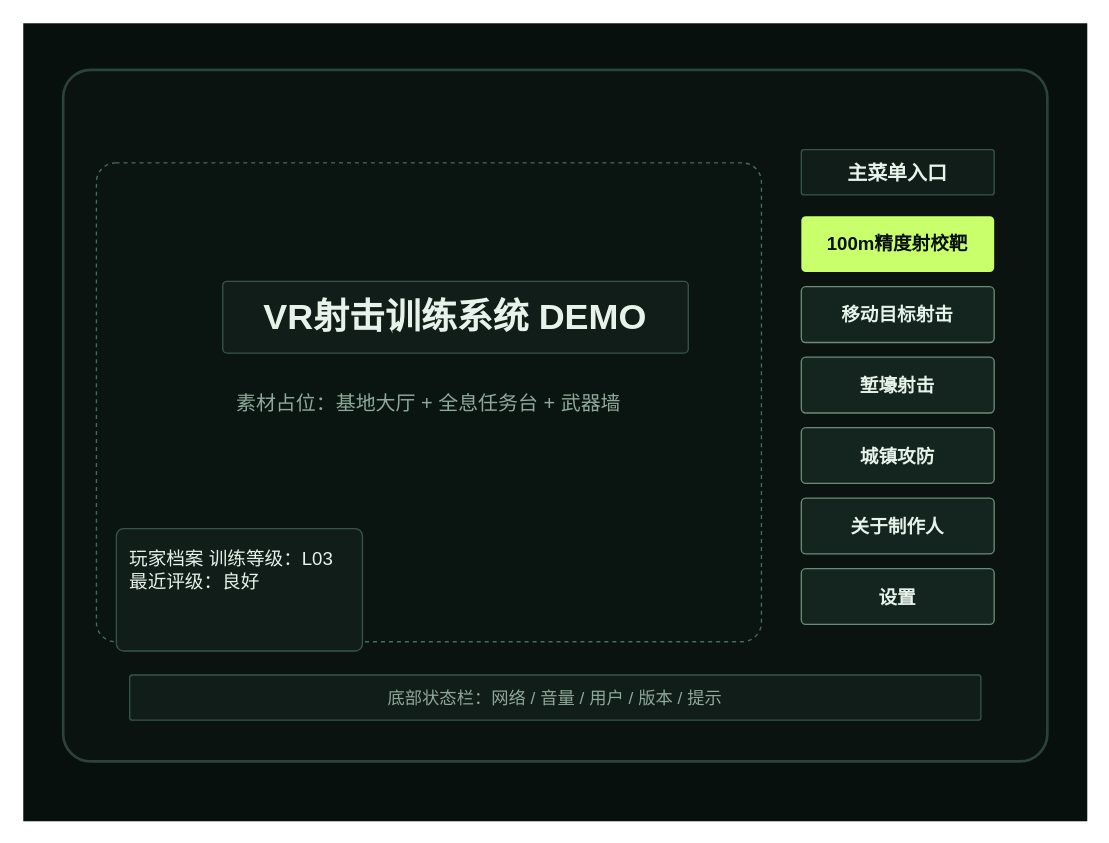
Above: page "02 游戏主界面" (2 of 23) of UI/Sample/vr-shooting-ui-reference-wireframes.drawio in 96shui/SimulatedShooting (draw.io), before the change. Source tidied: cells renumbered, new cells numbered last; positions are measured from the earlier drawing's top-left corner, leaving out a move shared by most shapes. Both pictures are drawn from the tidied source at 133%, with x=0, y=0 at pixel (23, 23).
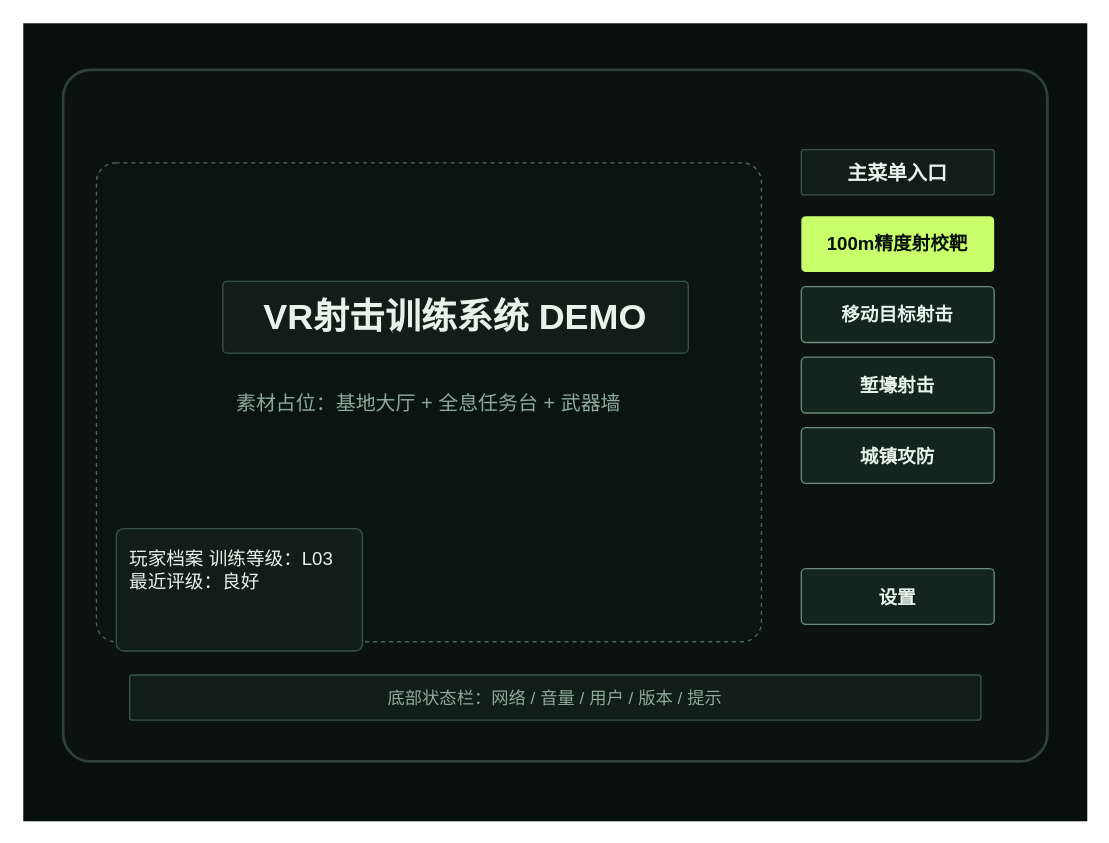
The same page after the edit.

The edit, as a diff of the source:
```diff
@@
 <mxGraphModel>
   <root>
     <mxCell id="0" />
     <mxCell id="1" parent="0" />
     <mxCell id="2" style="rounded=0;fillColor=#07100d;strokeColor=none;" parent="1" vertex="1">
       <mxGeometry width="800" height="600" as="geometry" />
     </mxCell>
     <mxCell id="3" style="rounded=1;arcSize=4;fillColor=#0b1310;strokeColor=#2d4238;strokeWidth=2;" parent="1" vertex="1">
       <mxGeometry x="30" y="35" width="740" height="520" as="geometry" />
     </mxCell>
     <mxCell id="4" value="素材占位：基地大厅 + 全息任务台 + 武器墙" style="rounded=1;dashed=1;arcSize=4;fillColor=#0a1512;strokeColor=#496b5a;fontColor=#8fa99b;fontSize=15;align=center;verticalAlign=middle;whiteSpace=wrap;html=1;" parent="1" vertex="1">
       <mxGeometry x="55" y="105" width="500" height="360" as="geometry" />
     </mxCell>
     <mxCell id="5" value="VR射击训练系统 DEMO" style="rounded=1;arcSize=6;whiteSpace=wrap;html=1;fillColor=#111d18;strokeColor=#385447;align=center;verticalAlign=middle;fontColor=#e7f2eb;fontSize=27;fontStyle=1;spacing=8;" parent="1" vertex="1">
       <mxGeometry x="150" y="194" width="350" height="54" as="geometry" />
     </mxCell>
     <mxCell id="6" value="玩家档案 训练等级：L03 最近评级：良好" style="rounded=1;arcSize=6;fillColor=#111d18;strokeColor=#385447;fontColor=#e7f2eb;fontSize=14;align=left;verticalAlign=top;spacing=10;whiteSpace=wrap;html=1;" parent="1" vertex="1">
       <mxGeometry x="70" y="380" width="185" height="92" as="geometry" />
     </mxCell>
     <mxCell id="7" value="主菜单入口" style="rounded=1;arcSize=6;fillColor=#111d18;strokeColor=#385447;fontColor=#e7f2eb;fontSize=15;fontStyle=1;align=center;whiteSpace=wrap;html=1;" parent="1" vertex="1">
       <mxGeometry x="585" y="95" width="145" height="34" as="geometry" />
     </mxCell>
     <mxCell id="8" value="100m精度射校靶" style="rounded=1;arcSize=8;fillColor=#c8ff6a;strokeColor=none;fontColor=#07100d;fontSize=14;fontStyle=1;whiteSpace=wrap;html=1;" parent="1" vertex="1">
       <mxGeometry x="585" y="145" width="145" height="42" as="geometry" />
     </mxCell>
     <mxCell id="9" value="移动目标射击" style="rounded=1;arcSize=8;fillColor=#14251f;strokeColor=#6b8a77;fontColor=#e7f2eb;fontSize=14;fontStyle=1;whiteSpace=wrap;html=1;" parent="1" vertex="1">
       <mxGeometry x="585" y="198" width="145" height="42" as="geometry" />
     </mxCell>
     <mxCell id="10" value="堑壕射击" style="rounded=1;arcSize=8;fillColor=#14251f;strokeColor=#6b8a77;fontColor=#e7f2eb;fontSize=14;fontStyle=1;" parent="1" vertex="1">
       <mxGeometry x="585" y="251" width="145" height="42" as="geometry" />
     </mxCell>
     <mxCell id="11" value="城镇攻防" style="rounded=1;arcSize=8;fillColor=#14251f;strokeColor=#6b8a77;fontColor=#e7f2eb;fontSize=14;fontStyle=1;" parent="1" vertex="1">
       <mxGeometry x="585" y="304" width="145" height="42" as="geometry" />
     </mxCell>
-    <mxCell id="12" value="关于制作人" style="rounded=1;arcSize=8;fillColor=#14251f;strokeColor=#6b8a77;fontColor=#e7f2eb;fontSize=14;fontStyle=1;" parent="1" vertex="1">
-      <mxGeometry x="585" y="357" width="145" height="42" as="geometry" />
-    </mxCell>
     <mxCell id="13" value="设置" style="rounded=1;arcSize=8;fillColor=#14251f;strokeColor=#6b8a77;fontColor=#e7f2eb;fontSize=14;fontStyle=1;" parent="1" vertex="1">
       <mxGeometry x="585" y="410" width="145" height="42" as="geometry" />
     </mxCell>
     <mxCell id="14" value="底部状态栏：网络 / 音量 / 用户 / 版本 / 提示" style="rounded=1;arcSize=6;fillColor=#111d18;strokeColor=#385447;fontColor=#8fa99b;fontSize=13;align=center;whiteSpace=wrap;html=1;" parent="1" vertex="1">
       <mxGeometry x="80" y="490" width="640" height="34" as="geometry" />
     </mxCell>
   </root>
 </mxGraphModel>
```
